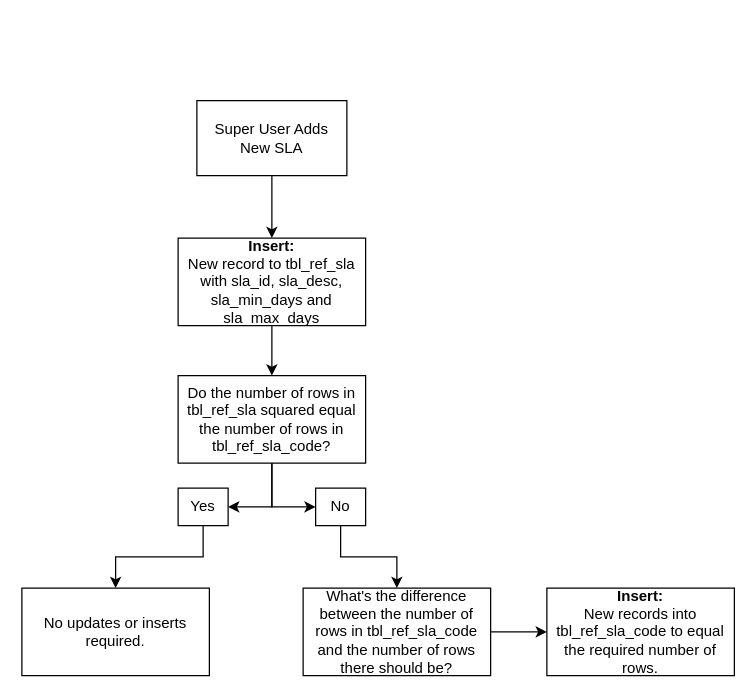
Earlier version of the draw.io diagram images/trg_i_tbl_ref_sla;trg_i_tbl_ref_sla_code.drawio (NYC-Parks/SLADB). Source tidied: cells renumbered, new cells numbered last; positions are measured from the earlier drawing's top-left corner, leaving out a move shared by most shapes. Both pictures are drawn from the tidied source at 125%, with x=0, y=0 at pixel (21, 100).
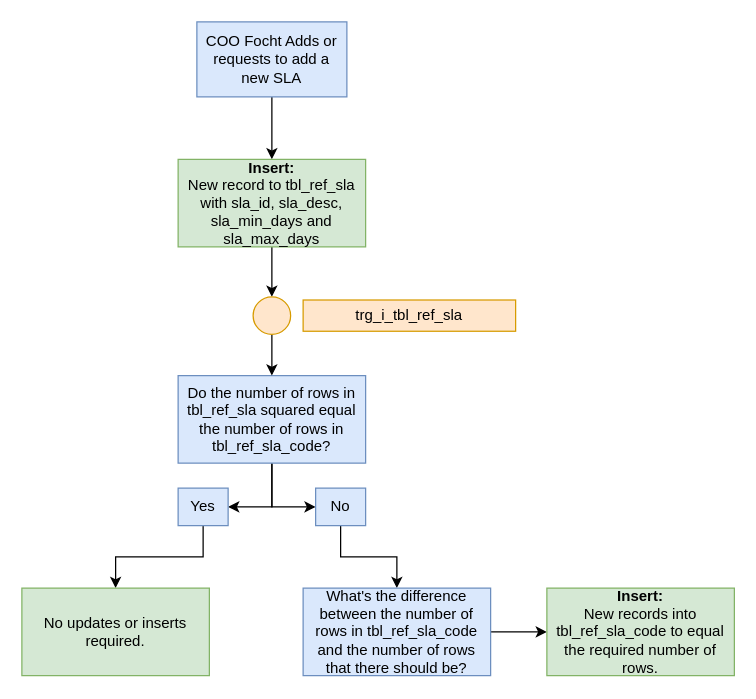
Above is the later version.

Change to the diagram source:
```diff
@@
 <mxGraphModel>
   <root>
     <mxCell id="0" />
     <mxCell id="1" parent="0" />
-    <mxCell id="2" style="edgeStyle=orthogonalEdgeStyle;rounded=0;jettySize=auto;html=1;entryX=0.5;entryY=0;entryDx=0;entryDy=0;" parent="1" edge="1" source="3" target="5">
+    <mxCell id="2" style="edgeStyle=orthogonalEdgeStyle;rounded=0;jettySize=auto;html=1;exitX=0.5;exitY=1;exitDx=0;exitDy=0;entryX=0.5;entryY=0;entryDx=0;entryDy=0;" parent="1" edge="1" source="3" target="5">
       <mxGeometry relative="1" as="geometry" />
     </mxCell>
-    <mxCell id="3" value="Super User Adds New SLA" style="rounded=0;whiteSpace=wrap;html=1;" parent="1" vertex="1">
-      <mxGeometry x="140" width="120" height="60" as="geometry" />
+    <mxCell id="3" value="COO Focht Adds or requests to add a new SLA" style="rounded=0;whiteSpace=wrap;html=1;fillColor=#dae8fc;strokeColor=#6c8ebf;" parent="1" vertex="1">
+      <mxGeometry x="140" y="-63" width="120" height="60" as="geometry" />
     </mxCell>
-    <mxCell id="4" style="edgeStyle=orthogonalEdgeStyle;rounded=0;jettySize=auto;html=1;exitX=0.5;exitY=1;exitDx=0;exitDy=0;entryX=0.5;entryY=0;entryDx=0;entryDy=0;" parent="1" edge="1" source="5" target="8">
-      <mxGeometry relative="1" as="geometry" />
-    </mxCell>
+    <mxCell id="17" style="edgeStyle=orthogonalEdgeStyle;rounded=0;jettySize=auto;html=1;exitX=0.5;exitY=1;exitDx=0;exitDy=0;entryX=0.5;entryY=0;entryDx=0;entryDy=0;" parent="1" edge="1" source="5" target="19">
+      <mxGeometry relative="1" as="geometry" />
+    </mxCell>
-    <mxCell id="5" value="&lt;b&gt;Insert:&lt;/b&gt;&lt;br&gt;New record to tbl_ref_sla with sla_id, sla_desc, sla_min_days and sla_max_days" style="rounded=0;whiteSpace=wrap;html=1;" parent="1" vertex="1">
-      <mxGeometry x="125" y="110" width="150" height="70" as="geometry" />
+    <mxCell id="5" value="&lt;b&gt;Insert:&lt;/b&gt;&lt;br&gt;New record to tbl_ref_sla with sla_id, sla_desc, sla_min_days and sla_max_days" style="rounded=0;whiteSpace=wrap;html=1;fillColor=#d5e8d4;strokeColor=#82b366;" parent="1" vertex="1">
+      <mxGeometry x="125" y="47" width="150" height="70" as="geometry" />
     </mxCell>
     <mxCell id="6" style="edgeStyle=orthogonalEdgeStyle;rounded=0;jettySize=auto;html=1;exitX=0.5;exitY=1;exitDx=0;exitDy=0;entryX=1;entryY=0.5;entryDx=0;entryDy=0;" parent="1" edge="1" source="8" target="10">
-      <mxGeometry relative="1" as="geometry">
-        <Array as="points">
-          <mxPoint x="200" y="325" />
-        </Array>
-      </mxGeometry>
+      <mxGeometry relative="1" as="geometry" />
     </mxCell>
     <mxCell id="7" style="edgeStyle=orthogonalEdgeStyle;rounded=0;jettySize=auto;html=1;exitX=0.5;exitY=1;exitDx=0;exitDy=0;entryX=0;entryY=0.5;entryDx=0;entryDy=0;" parent="1" edge="1" source="8" target="12">
       <mxGeometry relative="1" as="geometry" />
     </mxCell>
-    <mxCell id="8" value="Do the number of rows in tbl_ref_sla squared equal the number of rows in tbl_ref_sla_code?" style="rounded=0;whiteSpace=wrap;html=1;" parent="1" vertex="1">
+    <mxCell id="8" value="Do the number of rows in tbl_ref_sla squared equal the number of rows in tbl_ref_sla_code?" style="rounded=0;whiteSpace=wrap;html=1;fillColor=#dae8fc;strokeColor=#6c8ebf;" parent="1" vertex="1">
       <mxGeometry x="125" y="220" width="150" height="70" as="geometry" />
     </mxCell>
     <mxCell id="9" style="edgeStyle=orthogonalEdgeStyle;rounded=0;jettySize=auto;html=1;exitX=0.5;exitY=1;exitDx=0;exitDy=0;entryX=0.5;entryY=0;entryDx=0;entryDy=0;" parent="1" edge="1" source="10" target="16">
       <mxGeometry relative="1" as="geometry" />
     </mxCell>
-    <mxCell id="10" value="Yes" style="rounded=0;whiteSpace=wrap;html=1;" parent="1" vertex="1">
+    <mxCell id="10" value="Yes" style="rounded=0;whiteSpace=wrap;html=1;fillColor=#dae8fc;strokeColor=#6c8ebf;" parent="1" vertex="1">
       <mxGeometry x="125" y="310" width="40" height="30" as="geometry" />
     </mxCell>
     <mxCell id="11" style="edgeStyle=orthogonalEdgeStyle;rounded=0;jettySize=auto;html=1;exitX=0.5;exitY=1;exitDx=0;exitDy=0;entryX=0.5;entryY=0;entryDx=0;entryDy=0;" parent="1" edge="1" source="12" target="14">
       <mxGeometry relative="1" as="geometry" />
     </mxCell>
-    <mxCell id="12" value="No" style="rounded=0;whiteSpace=wrap;html=1;" parent="1" vertex="1">
+    <mxCell id="12" value="No" style="rounded=0;whiteSpace=wrap;html=1;fillColor=#dae8fc;strokeColor=#6c8ebf;" parent="1" vertex="1">
       <mxGeometry x="235" y="310" width="40" height="30" as="geometry" />
     </mxCell>
     <mxCell id="13" style="edgeStyle=orthogonalEdgeStyle;rounded=0;jettySize=auto;html=1;exitX=1;exitY=0.5;exitDx=0;exitDy=0;entryX=0;entryY=0.5;entryDx=0;entryDy=0;" parent="1" edge="1" source="14" target="15">
       <mxGeometry relative="1" as="geometry" />
     </mxCell>
-    <mxCell id="14" value="What's the difference between the number of rows in tbl_ref_sla_code and the number of rows there should be?" style="rounded=0;whiteSpace=wrap;html=1;" parent="1" vertex="1">
+    <mxCell id="14" value="What's the difference between the number of rows in tbl_ref_sla_code and the number of rows that there should be?" style="rounded=0;whiteSpace=wrap;html=1;fillColor=#dae8fc;strokeColor=#6c8ebf;" parent="1" vertex="1">
       <mxGeometry x="225" y="390" width="150" height="70" as="geometry" />
     </mxCell>
-    <mxCell id="15" value="&lt;b&gt;Insert:&lt;/b&gt;&lt;br&gt;New records into tbl_ref_sla_code to equal the required number of rows." style="rounded=0;whiteSpace=wrap;html=1;" parent="1" vertex="1">
+    <mxCell id="15" value="&lt;b&gt;Insert:&lt;/b&gt;&lt;br&gt;New records into tbl_ref_sla_code to equal the required number of rows." style="rounded=0;whiteSpace=wrap;html=1;fillColor=#d5e8d4;strokeColor=#82b366;" parent="1" vertex="1">
       <mxGeometry x="420" y="390" width="150" height="70" as="geometry" />
     </mxCell>
-    <mxCell id="16" value="No updates or inserts required." style="rounded=0;whiteSpace=wrap;html=1;" parent="1" vertex="1">
+    <mxCell id="16" value="No updates or inserts required." style="rounded=0;whiteSpace=wrap;html=1;fillColor=#d5e8d4;strokeColor=#82b366;" parent="1" vertex="1">
       <mxGeometry y="390" width="150" height="70" as="geometry" />
     </mxCell>
+    <mxCell id="18" style="edgeStyle=orthogonalEdgeStyle;rounded=0;jettySize=auto;html=1;exitX=0.5;exitY=1;exitDx=0;exitDy=0;entryX=0.5;entryY=0;entryDx=0;entryDy=0;" parent="1" edge="1" source="19" target="8">
+      <mxGeometry relative="1" as="geometry" />
+    </mxCell>
+    <mxCell id="19" style="ellipse;whiteSpace=wrap;html=1;fillColor=#ffe6cc;strokeColor=#d79b00;" parent="1" vertex="1">
+      <mxGeometry x="185" y="157" width="30" height="30" as="geometry" />
+    </mxCell>
+    <mxCell id="20" value="trg_i_tbl_ref_sla" style="rounded=0;whiteSpace=wrap;html=1;fillColor=#ffe6cc;strokeColor=#d79b00;" parent="1" vertex="1">
+      <mxGeometry x="225" y="159.5" width="170" height="25" as="geometry" />
+    </mxCell>
   </root>
 </mxGraphModel>
```
